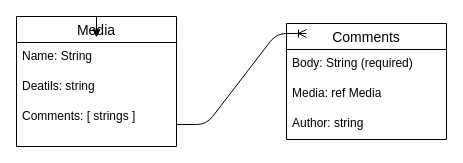
Above: page "Page-1" (1 of 2) of ERD.drawio in quincyp/project-mediahub (draw.io), before the change. Source tidied: cells renumbered, new cells numbered last; positions are measured from the earlier drawing's top-left corner, leaving out a move shared by most shapes. Both pictures are drawn from the tidied source at 100%, with x=0, y=0 at pixel (16, 16).
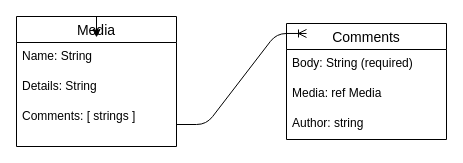
The same diagram, later.

Commit message:
fixed details typo

What changed in the source:
```diff
@@
 <mxGraphModel>
   <root>
     <mxCell id="0" />
     <mxCell id="1" parent="0" />
     <mxCell id="2" value="Media" style="swimlane;fontStyle=0;horizontal=1;startSize=26;align=center;fontSize=14;" parent="1" vertex="1">
       <mxGeometry width="160" height="130" as="geometry" />
     </mxCell>
     <mxCell id="3" value="Name: String" style="text;strokeColor=none;fillColor=none;spacingLeft=4;spacingRight=4;overflow=hidden;points=[[0,0.5],[1,0.5]];portConstraint=eastwest;fontSize=12;" parent="2" vertex="1">
       <mxGeometry y="26" width="160" height="30" as="geometry" />
     </mxCell>
-    <mxCell id="4" value="Deatils: string" style="text;strokeColor=none;fillColor=none;spacingLeft=4;spacingRight=4;overflow=hidden;fontSize=12;" parent="2" vertex="1">
+    <mxCell id="4" value="Details: String" style="text;strokeColor=none;fillColor=none;spacingLeft=4;spacingRight=4;overflow=hidden;fontSize=12;" parent="2" vertex="1">
       <mxGeometry y="56" width="160" height="30" as="geometry" />
     </mxCell>
     <mxCell id="5" value="Comments: [ strings ]" style="text;strokeColor=none;fillColor=none;spacingLeft=4;spacingRight=4;overflow=hidden;points=[[0,0.5],[1,0.5]];portConstraint=eastwest;fontSize=12;" parent="2" vertex="1">
       <mxGeometry y="86" width="160" height="44" as="geometry" />
     </mxCell>
     <mxCell id="6" style="edgeStyle=orthogonalEdgeStyle;rounded=0;jettySize=auto;html=1;exitX=0.5;exitY=0;exitDx=0;exitDy=0;entryX=0.5;entryY=-0.167;entryDx=0;entryDy=0;entryPerimeter=0;" parent="2" edge="1" source="2" target="3">
       <mxGeometry relative="1" as="geometry" />
     </mxCell>
     <mxCell id="7" value="Comments" style="swimlane;fontStyle=0;horizontal=1;startSize=26;align=center;fontSize=14;" parent="1" vertex="1">
       <mxGeometry x="270" y="7" width="160" height="116" as="geometry" />
     </mxCell>
     <mxCell id="8" value="Body: String (required)" style="text;strokeColor=none;fillColor=none;spacingLeft=4;spacingRight=4;overflow=hidden;fontSize=12;" parent="7" vertex="1">
       <mxGeometry y="26" width="160" height="30" as="geometry" />
     </mxCell>
     <mxCell id="9" value="Media: ref Media" style="text;strokeColor=none;fillColor=none;spacingLeft=4;spacingRight=4;overflow=hidden;fontSize=12;" parent="7" vertex="1">
       <mxGeometry y="56" width="160" height="30" as="geometry" />
     </mxCell>
     <mxCell id="10" value="Author: string" style="text;strokeColor=none;fillColor=none;spacingLeft=4;spacingRight=4;overflow=hidden;fontSize=12;" parent="7" vertex="1">
       <mxGeometry y="86" width="160" height="30" as="geometry" />
     </mxCell>
     <mxCell id="11" style="edgeStyle=entityRelationEdgeStyle;fontSize=12;html=1;endArrow=ERoneToMany;entryX=0.125;entryY=0.086;entryDx=0;entryDy=0;entryPerimeter=0;" parent="1" edge="1" source="5" target="7">
       <mxGeometry relative="1" as="geometry" />
     </mxCell>
   </root>
 </mxGraphModel>
```
